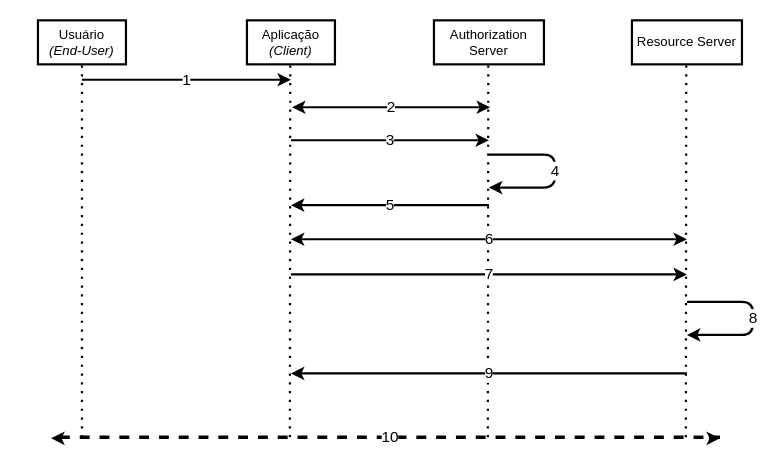
Above: draw_io_diagrams/security/Initial API Flow - Getting Access Token.drawio in OpenBanking-Brasil/areadesenvolvedor (draw.io), before the change. Source tidied: cells renumbered, new cells numbered last; positions are measured from the earlier drawing's top-left corner, leaving out a move shared by most shapes. Both pictures are drawn from the tidied source at 110%, with x=0, y=0 at pixel (37, 20).
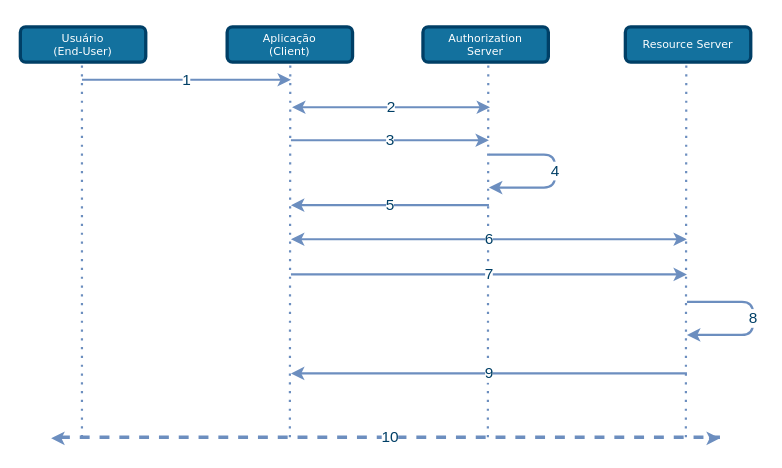
The same diagram, later.

Change to the diagram source:
```diff
@@
-    <mxCell id="2" value="Usuário&lt;br&gt;&lt;i&gt;(End-User)&lt;/i&gt;" style="rounded=0;whiteSpace=wrap;html=1;strokeWidth=2;" parent="1" vertex="1">
-      <mxGeometry width="80" height="40" as="geometry" />
-    </mxCell>
-    <mxCell id="3" value="Aplicação&lt;br&gt;&lt;i&gt;(Client)&lt;/i&gt;" style="rounded=0;whiteSpace=wrap;html=1;strokeWidth=2;" parent="1" vertex="1">
-      <mxGeometry x="190" width="80" height="40" as="geometry" />
-    </mxCell>
-    <mxCell id="4" value="Authorization Server" style="rounded=0;whiteSpace=wrap;html=1;strokeWidth=2;" parent="1" vertex="1">
-      <mxGeometry x="360" width="100" height="40" as="geometry" />
-    </mxCell>
-    <mxCell id="5" style="endArrow=none;dashed=1;html=1;dashPattern=1 3;strokeWidth=2;entryX=0.5;entryY=1;entryDx=0;entryDy=0;" parent="1" edge="1" target="2">
+    <mxCell id="5" style="endArrow=none;dashed=1;html=1;dashPattern=1 3;strokeWidth=2;entryX=0.5;entryY=1;entryDx=0;entryDy=0;fillColor=#dae8fc;strokeColor=#6C8EBF;" parent="1" edge="1">
       <mxGeometry relative="1" as="geometry">
         <mxPoint x="40" y="379" as="sourcePoint" />
+        <mxPoint x="40" y="40" as="targetPoint" />
       </mxGeometry>
     </mxCell>
-    <mxCell id="6" style="endArrow=none;dashed=1;html=1;dashPattern=1 3;strokeWidth=2;entryX=0.5;entryY=1;entryDx=0;entryDy=0;" parent="1" edge="1">
+    <mxCell id="6" style="endArrow=none;dashed=1;html=1;dashPattern=1 3;strokeWidth=2;entryX=0.5;entryY=1;entryDx=0;entryDy=0;fillColor=#dae8fc;strokeColor=#6C8EBF;" parent="1" edge="1">
       <mxGeometry relative="1" as="geometry">
         <mxPoint x="229" y="379" as="sourcePoint" />
         <mxPoint x="229.4" y="40" as="targetPoint" />
       </mxGeometry>
     </mxCell>
-    <mxCell id="7" style="endArrow=none;dashed=1;html=1;dashPattern=1 3;strokeWidth=2;entryX=0.5;entryY=1;entryDx=0;entryDy=0;" parent="1" edge="1">
+    <mxCell id="7" style="endArrow=none;dashed=1;html=1;dashPattern=1 3;strokeWidth=2;entryX=0.5;entryY=1;entryDx=0;entryDy=0;fillColor=#dae8fc;strokeColor=#6C8EBF;" parent="1" edge="1">
       <mxGeometry relative="1" as="geometry">
         <mxPoint x="409" y="379" as="sourcePoint" />
         <mxPoint x="409.4" y="40" as="targetPoint" />
       </mxGeometry>
     </mxCell>
-    <mxCell id="8" value="&lt;font style=&quot;font-size: 14px&quot;&gt;4&lt;br&gt;&lt;/font&gt;" style="endArrow=classic;html=1;strokeWidth=2;" parent="1" edge="1">
+    <mxCell id="8" value="&lt;font style=&quot;font-size: 14px&quot;&gt;4&lt;br&gt;&lt;/font&gt;" style="endArrow=classic;html=1;strokeWidth=2;fillColor=#dae8fc;strokeColor=#6C8EBF;fontColor=#003F66;" parent="1" edge="1">
       <mxGeometry relative="1" as="geometry">
         <mxPoint x="410" y="122" as="sourcePoint" />
         <mxPoint x="410" y="152" as="targetPoint" />
         <Array as="points">
           <mxPoint x="470" y="122" />
           <mxPoint x="470" y="152" />
         </Array>
       </mxGeometry>
     </mxCell>
-    <mxCell id="9" value="&lt;font style=&quot;font-size: 14px&quot;&gt;1&lt;br&gt;&lt;/font&gt;" style="endArrow=classic;html=1;strokeWidth=2;" parent="1" edge="1">
+    <mxCell id="9" value="&lt;font style=&quot;font-size: 14px&quot;&gt;1&lt;br&gt;&lt;/font&gt;" style="endArrow=classic;html=1;strokeWidth=2;fillColor=#dae8fc;strokeColor=#6C8EBF;fontColor=#003F66;" parent="1" edge="1">
       <mxGeometry relative="1" as="geometry">
         <mxPoint x="40" y="54" as="sourcePoint" />
         <mxPoint x="230" y="54" as="targetPoint" />
       </mxGeometry>
     </mxCell>
-    <mxCell id="10" value="&lt;span style=&quot;font-size: 14px&quot;&gt;7&lt;/span&gt;" style="endArrow=classic;html=1;strokeWidth=2;" parent="1" edge="1">
+    <mxCell id="10" value="&lt;span style=&quot;font-size: 14px&quot;&gt;7&lt;/span&gt;" style="endArrow=classic;html=1;strokeWidth=2;fillColor=#dae8fc;strokeColor=#6C8EBF;fontColor=#003F66;" parent="1" edge="1">
       <mxGeometry relative="1" as="geometry">
         <mxPoint x="230" y="231" as="sourcePoint" />
         <mxPoint x="590" y="231" as="targetPoint" />
       </mxGeometry>
     </mxCell>
-    <mxCell id="11" value="Resource Server" style="rounded=0;whiteSpace=wrap;html=1;strokeWidth=2;" parent="1" vertex="1">
-      <mxGeometry x="540" width="100" height="40" as="geometry" />
-    </mxCell>
-    <mxCell id="12" style="endArrow=none;dashed=1;html=1;dashPattern=1 3;strokeWidth=2;entryX=0.5;entryY=1;entryDx=0;entryDy=0;" parent="1" edge="1">
+    <mxCell id="12" style="endArrow=none;dashed=1;html=1;dashPattern=1 3;strokeWidth=2;entryX=0.5;entryY=1;entryDx=0;entryDy=0;fillColor=#dae8fc;strokeColor=#6C8EBF;" parent="1" edge="1">
       <mxGeometry relative="1" as="geometry">
         <mxPoint x="589" y="379" as="sourcePoint" />
         <mxPoint x="589.4" y="40" as="targetPoint" />
       </mxGeometry>
     </mxCell>
-    <mxCell id="13" value="6" style="endArrow=classic;startArrow=classic;html=1;strokeWidth=2;fontSize=14;" parent="1" edge="1">
+    <mxCell id="13" value="6" style="endArrow=classic;startArrow=classic;html=1;strokeWidth=2;fontSize=14;fillColor=#dae8fc;strokeColor=#6C8EBF;fontColor=#003F66;" parent="1" edge="1">
       <mxGeometry relative="1" as="geometry">
         <mxPoint x="230" y="199" as="sourcePoint" />
         <mxPoint x="590" y="199" as="targetPoint" />
       </mxGeometry>
     </mxCell>
-    <mxCell id="14" value="&lt;font style=&quot;font-size: 14px&quot;&gt;5&lt;br&gt;&lt;/font&gt;" style="endArrow=classic;html=1;strokeWidth=2;" parent="1" edge="1">
+    <mxCell id="14" value="&lt;font style=&quot;font-size: 14px&quot;&gt;5&lt;br&gt;&lt;/font&gt;" style="endArrow=classic;html=1;strokeWidth=2;fillColor=#dae8fc;strokeColor=#6C8EBF;fontColor=#003F66;" parent="1" edge="1">
       <mxGeometry relative="1" as="geometry">
         <mxPoint x="410" y="168" as="sourcePoint" />
         <mxPoint x="230" y="168" as="targetPoint" />
       </mxGeometry>
     </mxCell>
-    <mxCell id="15" value="2" style="endArrow=classic;startArrow=classic;html=1;strokeWidth=2;fontSize=14;" parent="1" edge="1">
+    <mxCell id="15" value="2" style="endArrow=classic;startArrow=classic;html=1;strokeWidth=2;fontSize=14;fillColor=#dae8fc;strokeColor=#6C8EBF;fontColor=#003F66;" parent="1" edge="1">
       <mxGeometry relative="1" as="geometry">
         <mxPoint x="231" y="79" as="sourcePoint" />
         <mxPoint x="411" y="79" as="targetPoint" />
       </mxGeometry>
     </mxCell>
-    <mxCell id="16" value="&lt;span style=&quot;font-size: 14px&quot;&gt;3&lt;/span&gt;" style="endArrow=classic;html=1;strokeWidth=2;" parent="1" edge="1">
+    <mxCell id="16" value="&lt;span style=&quot;font-size: 14px&quot;&gt;3&lt;/span&gt;" style="endArrow=classic;html=1;strokeWidth=2;fillColor=#dae8fc;strokeColor=#6C8EBF;fontColor=#003F66;" parent="1" edge="1">
       <mxGeometry relative="1" as="geometry">
         <mxPoint x="230" y="109" as="sourcePoint" />
         <mxPoint x="410" y="109" as="targetPoint" />
       </mxGeometry>
     </mxCell>
-    <mxCell id="17" value="&lt;font style=&quot;font-size: 14px&quot;&gt;8&lt;br&gt;&lt;/font&gt;" style="endArrow=classic;html=1;strokeWidth=2;" parent="1" edge="1">
+    <mxCell id="17" value="&lt;font style=&quot;font-size: 14px&quot;&gt;8&lt;br&gt;&lt;/font&gt;" style="endArrow=classic;html=1;strokeWidth=2;fillColor=#dae8fc;strokeColor=#6C8EBF;fontColor=#003F66;" parent="1" edge="1">
       <mxGeometry relative="1" as="geometry">
         <mxPoint x="590" y="256" as="sourcePoint" />
         <mxPoint x="590" y="286" as="targetPoint" />
         <Array as="points">
           <mxPoint x="650" y="256" />
           <mxPoint x="650" y="286" />
         </Array>
       </mxGeometry>
     </mxCell>
-    <mxCell id="18" value="&lt;font style=&quot;font-size: 14px&quot;&gt;9&lt;br&gt;&lt;/font&gt;" style="endArrow=classic;html=1;strokeWidth=2;" parent="1" edge="1">
+    <mxCell id="18" value="&lt;font style=&quot;font-size: 14px&quot;&gt;9&lt;br&gt;&lt;/font&gt;" style="endArrow=classic;html=1;strokeWidth=2;fillColor=#dae8fc;strokeColor=#6C8EBF;fontColor=#003F66;" parent="1" edge="1">
       <mxGeometry relative="1" as="geometry">
         <mxPoint x="590" y="321" as="sourcePoint" />
         <mxPoint x="230" y="321" as="targetPoint" />
       </mxGeometry>
     </mxCell>
-    <mxCell id="19" value="10" style="endArrow=none;html=1;strokeWidth=3;fontSize=14;dashed=1;" parent="1" edge="1">
+    <mxCell id="19" value="10" style="endArrow=none;html=1;strokeWidth=3;fontSize=14;dashed=1;fillColor=#dae8fc;strokeColor=#6C8EBF;fontColor=#003F66;" parent="1" edge="1">
       <mxGeometry relative="1" as="geometry">
         <mxPoint x="20" y="379" as="sourcePoint" />
         <mxPoint x="620" y="379" as="targetPoint" />
       </mxGeometry>
     </mxCell>
-    <mxCell id="20" style="endArrow=classic;html=1;strokeWidth=2;fontSize=14;" parent="1" edge="1">
+    <mxCell id="20" style="endArrow=classic;html=1;strokeWidth=2;fontSize=14;fillColor=#dae8fc;strokeColor=#6C8EBF;" parent="1" edge="1">
       <mxGeometry relative="1" as="geometry">
         <mxPoint x="21" y="380" as="sourcePoint" />
         <mxPoint x="12" y="380" as="targetPoint" />
       </mxGeometry>
     </mxCell>
-    <mxCell id="21" style="endArrow=classic;html=1;strokeWidth=2;fontSize=14;" parent="1" edge="1">
+    <mxCell id="21" style="endArrow=classic;html=1;strokeWidth=2;fontSize=14;fillColor=#dae8fc;strokeColor=#6C8EBF;" parent="1" edge="1">
       <mxGeometry relative="1" as="geometry">
         <mxPoint x="610" y="380" as="sourcePoint" />
         <mxPoint x="620" y="380" as="targetPoint" />
       </mxGeometry>
     </mxCell>
+    <mxCell id="2" value="Usuário&lt;br&gt;(End-User)" style="rounded=1;whiteSpace=wrap;html=1;comic=0;shadow=0;backgroundOutline=0;snapToPoint=0;fixDash=0;strokeWidth=3;fontFamily=Verdana;fontStyle=0;labelBackgroundColor=none;labelBorderColor=none;fontSize=10;fillColor=#13719E;strokeColor=#003F66;fontColor=#ffffff;" parent="1" vertex="1">
+      <mxGeometry x="-16" y="6" width="114" height="32" as="geometry" />
+    </mxCell>
+    <mxCell id="3" value="Aplicação&lt;br&gt;(Client)" style="rounded=1;whiteSpace=wrap;html=1;comic=0;shadow=0;backgroundOutline=0;fixDash=0;strokeWidth=3;fontFamily=Verdana;fontStyle=0;labelBackgroundColor=none;labelBorderColor=none;fontSize=10;fillColor=#13719E;strokeColor=#003F66;fontColor=#ffffff;" parent="1" vertex="1">
+      <mxGeometry x="172" y="6" width="114" height="32" as="geometry" />
+    </mxCell>
+    <mxCell id="4" value="Authorization&lt;br&gt;Server" style="rounded=1;whiteSpace=wrap;html=1;comic=0;shadow=0;backgroundOutline=0;fixDash=0;strokeWidth=3;fontFamily=Verdana;fontStyle=0;labelBackgroundColor=none;labelBorderColor=none;fontSize=10;fillColor=#13719E;strokeColor=#003F66;fontColor=#ffffff;" parent="1" vertex="1">
+      <mxGeometry x="350" y="6" width="114" height="32" as="geometry" />
+    </mxCell>
+    <mxCell id="11" value="Resource Server" style="rounded=1;whiteSpace=wrap;html=1;comic=0;shadow=0;backgroundOutline=0;fixDash=0;strokeWidth=3;fontFamily=Verdana;fontStyle=0;labelBackgroundColor=none;labelBorderColor=none;fontSize=10;fillColor=#13719E;strokeColor=#003F66;fontColor=#ffffff;" parent="1" vertex="1">
+      <mxGeometry x="534" y="6" width="114" height="32" as="geometry" />
+    </mxCell>
```
